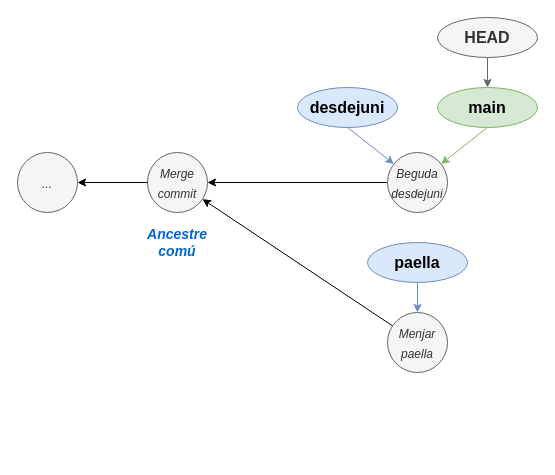
joapuiib/curs-git keeps this draw.io diagram as docs/apunts/02_branques/img/before_rebase.drawio. Above is the earlier version. Source tidied: cells renumbered, new cells numbered last; positions are measured from the earlier drawing's top-left corner, leaving out a move shared by most shapes. Both pictures are drawn from the tidied source at 100%, with x=0, y=0 at pixel (17, 17).
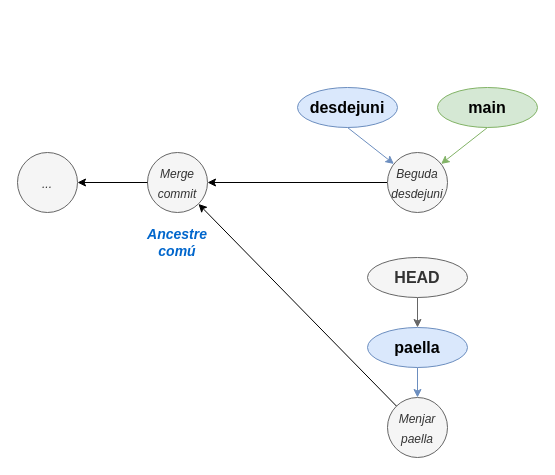
The same page after the edit.

Diff of the diagram source:
```diff
@@
 <mxGraphModel>
   <root>
     <mxCell id="0" />
     <mxCell id="1" parent="0" />
     <mxCell id="2" value="&lt;i style=&quot;font-size: 16px;&quot;&gt;&lt;font style=&quot;font-size: 12px;&quot;&gt;Merge commit&lt;/font&gt;&lt;/i&gt;" style="ellipse;whiteSpace=wrap;html=1;fillColor=#f5f5f5;fontColor=#333333;strokeColor=#666666;" parent="1" vertex="1">
       <mxGeometry x="130" y="135" width="60" height="60" as="geometry" />
     </mxCell>
     <mxCell id="3" style="rounded=0;jettySize=auto;html=1;" parent="1" edge="1" source="4" target="2">
       <mxGeometry relative="1" as="geometry" />
     </mxCell>
     <mxCell id="4" value="&lt;i style=&quot;font-size: 16px;&quot;&gt;&lt;font style=&quot;font-size: 12px;&quot;&gt;Beguda desdejuni&lt;/font&gt;&lt;/i&gt;" style="ellipse;whiteSpace=wrap;html=1;fillColor=#f5f5f5;fontColor=#333333;strokeColor=#666666;" parent="1" vertex="1">
       <mxGeometry x="370" y="135" width="60" height="60" as="geometry" />
     </mxCell>
     <mxCell id="5" style="rounded=0;jettySize=auto;html=1;exitX=0.5;exitY=1;exitDx=0;exitDy=0;fillColor=#dae8fc;strokeColor=#6c8ebf;" parent="1" edge="1" source="6" target="4">
       <mxGeometry relative="1" as="geometry" />
     </mxCell>
     <mxCell id="6" value="desdejuni" style="ellipse;whiteSpace=wrap;html=1;fillColor=#dae8fc;strokeColor=#6c8ebf;fontSize=16;fontStyle=1;" parent="1" vertex="1">
       <mxGeometry x="280" y="70" width="100" height="40" as="geometry" />
     </mxCell>
     <mxCell id="7" value="&lt;i style=&quot;font-size: 16px;&quot;&gt;&lt;font style=&quot;font-size: 12px;&quot;&gt;Menjar paella&lt;/font&gt;&lt;/i&gt;" style="ellipse;whiteSpace=wrap;html=1;fillColor=#f5f5f5;fontColor=#333333;strokeColor=#666666;" parent="1" vertex="1">
-      <mxGeometry x="370" y="295" width="60" height="60" as="geometry" />
+      <mxGeometry x="370" y="380" width="60" height="60" as="geometry" />
     </mxCell>
     <mxCell id="8" style="rounded=0;jettySize=auto;html=1;exitX=0.5;exitY=1;exitDx=0;exitDy=0;fillColor=#dae8fc;strokeColor=#6c8ebf;" parent="1" edge="1" source="9" target="7">
       <mxGeometry relative="1" as="geometry" />
     </mxCell>
     <mxCell id="9" value="paella" style="ellipse;whiteSpace=wrap;html=1;fillColor=#dae8fc;strokeColor=#6c8ebf;fontSize=16;fontStyle=1;" parent="1" vertex="1">
-      <mxGeometry x="350" y="225" width="100" height="40" as="geometry" />
+      <mxGeometry x="350" y="310" width="100" height="40" as="geometry" />
     </mxCell>
     <mxCell id="10" style="rounded=0;jettySize=auto;html=1;" parent="1" edge="1" source="7" target="2">
       <mxGeometry relative="1" as="geometry" />
     </mxCell>
     <mxCell id="11" value="&lt;font color=&quot;#0066cc&quot; style=&quot;font-size: 14px;&quot;&gt;&lt;b&gt;Ancestre comú&lt;/b&gt;&lt;/font&gt;" style="text;html=1;strokeColor=none;fillColor=none;align=center;verticalAlign=middle;whiteSpace=wrap;rounded=0;fontStyle=2;" parent="1" vertex="1">
       <mxGeometry x="130" y="210" width="60" height="30" as="geometry" />
     </mxCell>
     <mxCell id="12" style="rounded=0;jettySize=auto;html=1;exitX=0.5;exitY=1;exitDx=0;exitDy=0;fillColor=#d5e8d4;strokeColor=#82b366;" parent="1" edge="1" source="13" target="4">
       <mxGeometry relative="1" as="geometry" />
     </mxCell>
     <mxCell id="13" value="main" style="ellipse;whiteSpace=wrap;html=1;fillColor=#d5e8d4;strokeColor=#82b366;fontSize=16;fontStyle=1;" parent="1" vertex="1">
       <mxGeometry x="420" y="70" width="100" height="40" as="geometry" />
     </mxCell>
-    <mxCell id="14" style="edgeStyle=orthogonalEdgeStyle;rounded=0;jettySize=auto;html=1;exitX=0.5;exitY=1;exitDx=0;exitDy=0;fillColor=#f5f5f5;strokeColor=#666666;" parent="1" edge="1" source="15" target="13">
-      <mxGeometry relative="1" as="geometry" />
+    <mxCell id="14" style="edgeStyle=orthogonalEdgeStyle;rounded=0;jettySize=auto;html=1;exitX=0.5;exitY=1;exitDx=0;exitDy=0;fillColor=#f5f5f5;strokeColor=#666666;" parent="1" edge="1" source="15">
+      <mxGeometry relative="1" as="geometry">
+        <mxPoint x="400" y="310" as="targetPoint" />
+      </mxGeometry>
     </mxCell>
     <mxCell id="15" value="HEAD" style="ellipse;whiteSpace=wrap;html=1;fillColor=#f5f5f5;strokeColor=#666666;fontSize=16;fontStyle=1;fontColor=#333333;" parent="1" vertex="1">
-      <mxGeometry x="420" width="100" height="40" as="geometry" />
+      <mxGeometry x="350" y="240" width="100" height="40" as="geometry" />
     </mxCell>
     <mxCell id="16" value="&lt;i style=&quot;font-size: 16px;&quot;&gt;&lt;font style=&quot;font-size: 12px;&quot;&gt;...&lt;/font&gt;&lt;/i&gt;" style="ellipse;whiteSpace=wrap;html=1;fillColor=#f5f5f5;fontColor=#333333;strokeColor=#666666;" parent="1" vertex="1">
       <mxGeometry y="135" width="60" height="60" as="geometry" />
     </mxCell>
     <mxCell id="17" style="rounded=0;jettySize=auto;html=1;" parent="1" edge="1" source="2" target="16">
       <mxGeometry relative="1" as="geometry" />
     </mxCell>
   </root>
 </mxGraphModel>
```
